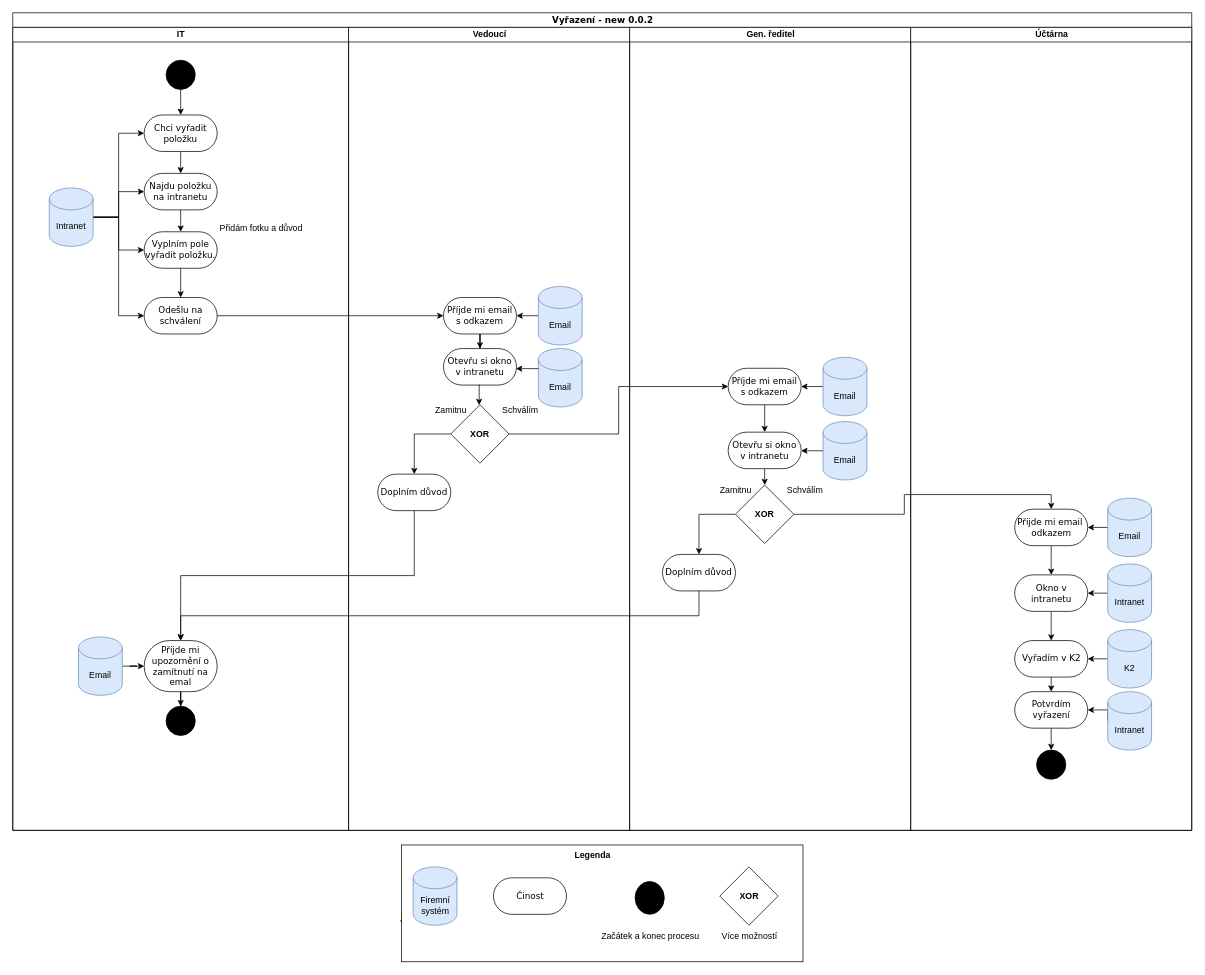
The draw.io diagram page "Vyřazení - new 0.0.2" (2 of 14) of UML - Inventar.drawio in horeckyj/drawio, before the edit. Source tidied: cells renumbered, new cells numbered last; positions are measured from the earlier drawing's top-left corner, leaving out a move shared by most shapes. Both pictures are drawn from the tidied source at 73%, with x=0, y=0 at pixel (12, 12).
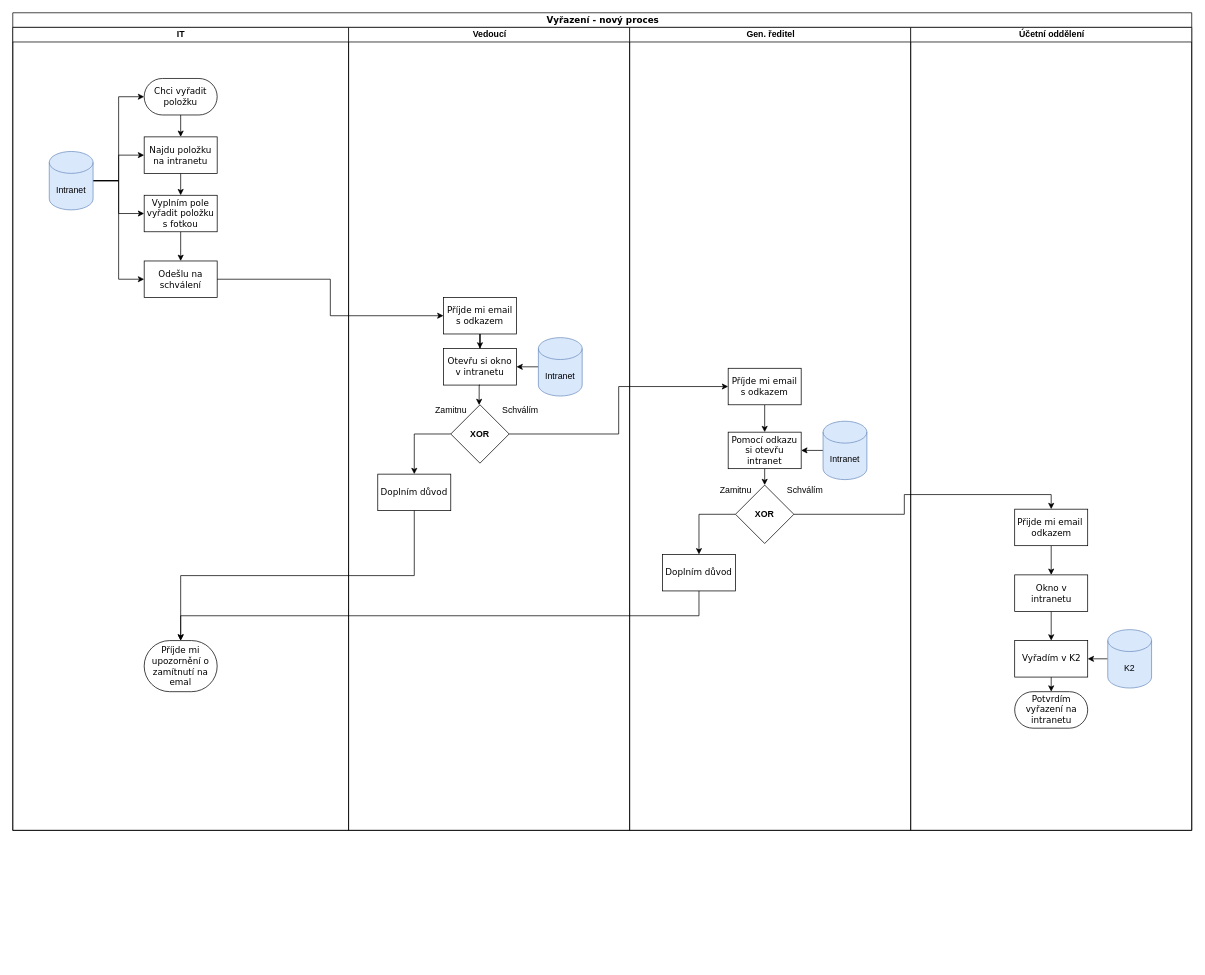
The same diagram, later.

The change refers to these unchanged cells:
```xml
<mxCell id="3" value="IT" style="swimlane;html=1;startSize=20;" parent="2" vertex="1">
  <mxGeometry y="20" width="460" height="1100" as="geometry" />
</mxCell>
<mxCell id="15" value="Příjde mi upozornění o zamítnutí na emal" style="rounded=1;whiteSpace=wrap;html=1;shadow=0;comic=0;labelBackgroundColor=none;strokeWidth=1;fontFamily=Verdana;fontSize=12;align=center;arcSize=50;" parent="3" vertex="1">
  <mxGeometry x="180" y="840" width="100" height="70" as="geometry" />
</mxCell>
<mxCell id="24" value="Vedoucí" style="swimlane;html=1;startSize=20;" parent="2" vertex="1">
  <mxGeometry x="460" y="20" width="385" height="1100" as="geometry" />
</mxCell>
<mxCell id="39" value="Gen. ředitel" style="swimlane;html=1;startSize=20;" parent="2" vertex="1">
  <mxGeometry x="845" y="20" width="385" height="1100" as="geometry" />
</mxCell>
```

The edit, as a diff of the source:
```diff
@@
-    <mxCell id="2" value="Vyřazení - new 0.0.2" style="swimlane;html=1;startSize=20;rounded=0;shadow=0;comic=0;labelBackgroundColor=none;strokeWidth=1;fontFamily=Verdana;fontSize=12;align=center;" parent="1" vertex="1">
+    <mxCell id="2" value="Vyřazení - nový proces" style="swimlane;html=1;startSize=20;rounded=0;shadow=0;comic=0;labelBackgroundColor=none;strokeWidth=1;fontFamily=Verdana;fontSize=12;align=center;" parent="1" vertex="1">
       <mxGeometry width="1615" height="1120" as="geometry" />
     </mxCell>
@@
-    <mxCell id="4" style="edgeStyle=orthogonalEdgeStyle;rounded=0;jettySize=auto;html=1;exitX=0.5;exitY=1;exitDx=0;exitDy=0;entryX=0.5;entryY=0;entryDx=0;entryDy=0;" parent="3" edge="1" source="5" target="7">
-      <mxGeometry relative="1" as="geometry" />
-    </mxCell>
-    <mxCell id="5" style="ellipse;whiteSpace=wrap;html=1;rounded=0;shadow=0;comic=0;labelBackgroundColor=none;strokeWidth=1;fillColor=#000000;fontFamily=Verdana;fontSize=12;align=center;" parent="3" vertex="1">
-      <mxGeometry x="210" y="45" width="40" height="40" as="geometry" />
-    </mxCell>
@@
     <mxCell id="7" value="Chci vyřadit položku" style="rounded=1;whiteSpace=wrap;html=1;shadow=0;comic=0;labelBackgroundColor=none;strokeWidth=1;fontFamily=Verdana;fontSize=12;align=center;arcSize=50;" parent="3" vertex="1">
-      <mxGeometry x="180" y="120" width="100" height="50" as="geometry" />
+      <mxGeometry x="180" y="70" width="100" height="50" as="geometry" />
     </mxCell>
@@
-    <mxCell id="9" value="Najdu položku na intranetu" style="rounded=1;whiteSpace=wrap;html=1;shadow=0;comic=0;labelBackgroundColor=none;strokeWidth=1;fontFamily=Verdana;fontSize=12;align=center;arcSize=50;" parent="3" vertex="1">
-      <mxGeometry x="180" y="200" width="100" height="50" as="geometry" />
+    <mxCell id="9" value="Najdu položku na intranetu" style="rounded=0;whiteSpace=wrap;html=1;shadow=0;comic=0;labelBackgroundColor=none;strokeWidth=1;fontFamily=Verdana;fontSize=12;align=center;arcSize=50;" parent="3" vertex="1">
+      <mxGeometry x="180" y="150" width="100" height="50" as="geometry" />
     </mxCell>
@@
-    <mxCell id="11" value="Vyplním pole vyřadit položku." style="rounded=1;whiteSpace=wrap;html=1;shadow=0;comic=0;labelBackgroundColor=none;strokeWidth=1;fontFamily=Verdana;fontSize=12;align=center;arcSize=50;" parent="3" vertex="1">
-      <mxGeometry x="180" y="280" width="100" height="50" as="geometry" />
+    <mxCell id="11" value="Vyplním pole vyřadit položku s fotkou" style="rounded=0;whiteSpace=wrap;html=1;shadow=0;comic=0;labelBackgroundColor=none;strokeWidth=1;fontFamily=Verdana;fontSize=12;align=center;arcSize=50;" parent="3" vertex="1">
+      <mxGeometry x="180" y="230" width="100" height="50" as="geometry" />
     </mxCell>
-    <mxCell id="12" value="Přidám fotku a důvod" style="text;html=1;align=center;verticalAlign=middle;strokeColor=none;fillColor=none;" parent="3" vertex="1">
-      <mxGeometry x="270" y="260" width="140" height="30" as="geometry" />
-    </mxCell>
-    <mxCell id="13" value="Odešlu na schválení" style="rounded=1;whiteSpace=wrap;html=1;shadow=0;comic=0;labelBackgroundColor=none;strokeWidth=1;fontFamily=Verdana;fontSize=12;align=center;arcSize=50;" parent="3" vertex="1">
-      <mxGeometry x="180" y="370" width="100" height="50" as="geometry" />
+    <mxCell id="13" value="Odešlu na schválení" style="rounded=0;whiteSpace=wrap;html=1;shadow=0;comic=0;labelBackgroundColor=none;strokeWidth=1;fontFamily=Verdana;fontSize=12;align=center;arcSize=50;" parent="3" vertex="1">
+      <mxGeometry x="180" y="320" width="100" height="50" as="geometry" />
     </mxCell>
-    <mxCell id="14" style="edgeStyle=orthogonalEdgeStyle;rounded=0;jettySize=auto;html=1;exitX=0.5;exitY=1;exitDx=0;exitDy=0;" parent="3" edge="1" source="15" target="16">
-      <mxGeometry relative="1" as="geometry" />
-    </mxCell>
@@
-    <mxCell id="16" style="ellipse;whiteSpace=wrap;html=1;rounded=0;shadow=0;comic=0;labelBackgroundColor=none;strokeWidth=1;fillColor=#000000;fontFamily=Verdana;fontSize=12;align=center;" parent="3" vertex="1">
-      <mxGeometry x="210" y="930" width="40" height="40" as="geometry" />
-    </mxCell>
@@
     <mxCell id="21" value="Intranet" style="shape=cylinder3;whiteSpace=wrap;html=1;boundedLbl=1;backgroundOutline=1;size=15;fillColor=#dae8fc;strokeColor=#6c8ebf;" parent="3" vertex="1">
-      <mxGeometry x="50" y="220" width="60" height="80" as="geometry" />
+      <mxGeometry x="50" y="170" width="60" height="80" as="geometry" />
     </mxCell>
-    <mxCell id="22" style="edgeStyle=orthogonalEdgeStyle;rounded=0;jettySize=auto;html=1;exitX=1;exitY=0.5;exitDx=0;exitDy=0;exitPerimeter=0;" parent="3" edge="1" source="23" target="15">
-      <mxGeometry relative="1" as="geometry" />
-    </mxCell>
-    <mxCell id="23" value="Email" style="shape=cylinder3;whiteSpace=wrap;html=1;boundedLbl=1;backgroundOutline=1;size=15;fillColor=#dae8fc;strokeColor=#6c8ebf;" parent="3" vertex="1">
-      <mxGeometry x="90" y="835" width="60" height="80" as="geometry" />
-    </mxCell>
@@
-    <mxCell id="25" style="edgeStyle=orthogonalEdgeStyle;rounded=0;html=1;labelBackgroundColor=none;startArrow=none;startFill=0;startSize=5;endArrow=classicThin;endFill=1;endSize=5;jettySize=auto;orthogonalLoop=1;strokeWidth=1;fontFamily=Verdana;fontSize=12;" parent="24" edge="1">
-      <mxGeometry relative="1" as="geometry">
-        <mxPoint x="73.5" y="1210" as="sourcePoint" />
-        <mxPoint x="73.5" y="1230" as="targetPoint" />
-      </mxGeometry>
-    </mxCell>
@@
-    <mxCell id="27" value="Příjde mi email s odkazem" style="rounded=1;whiteSpace=wrap;html=1;shadow=0;comic=0;labelBackgroundColor=none;strokeWidth=1;fontFamily=Verdana;fontSize=12;align=center;arcSize=50;" parent="24" vertex="1">
+    <mxCell id="27" value="Příjde mi email s odkazem" style="rounded=0;whiteSpace=wrap;html=1;shadow=0;comic=0;labelBackgroundColor=none;strokeWidth=1;fontFamily=Verdana;fontSize=12;align=center;arcSize=50;" parent="24" vertex="1">
       <mxGeometry x="130" y="370" width="100" height="50" as="geometry" />
     </mxCell>
-    <mxCell id="28" style="edgeStyle=orthogonalEdgeStyle;rounded=0;jettySize=auto;html=1;exitX=0;exitY=0.5;exitDx=0;exitDy=0;exitPerimeter=0;entryX=1;entryY=0.5;entryDx=0;entryDy=0;" parent="24" edge="1" source="29" target="27">
-      <mxGeometry relative="1" as="geometry" />
-    </mxCell>
-    <mxCell id="29" value="Email" style="shape=cylinder3;whiteSpace=wrap;html=1;boundedLbl=1;backgroundOutline=1;size=15;fillColor=#dae8fc;strokeColor=#6c8ebf;" parent="24" vertex="1">
-      <mxGeometry x="260" y="355" width="60" height="80" as="geometry" />
-    </mxCell>
@@
-    <mxCell id="32" value="Doplním důvod" style="rounded=1;whiteSpace=wrap;html=1;shadow=0;comic=0;labelBackgroundColor=none;strokeWidth=1;fontFamily=Verdana;fontSize=12;align=center;arcSize=50;" parent="24" vertex="1">
+    <mxCell id="32" value="Doplním důvod" style="rounded=0;whiteSpace=wrap;html=1;shadow=0;comic=0;labelBackgroundColor=none;strokeWidth=1;fontFamily=Verdana;fontSize=12;align=center;arcSize=50;" parent="24" vertex="1">
       <mxGeometry x="40" y="612" width="100" height="50" as="geometry" />
     </mxCell>
@@
-    <mxCell id="35" value="Otevřu si okno v intranetu" style="rounded=1;whiteSpace=wrap;html=1;shadow=0;comic=0;labelBackgroundColor=none;strokeWidth=1;fontFamily=Verdana;fontSize=12;align=center;arcSize=50;" parent="24" vertex="1">
+    <mxCell id="35" value="Otevřu si okno v intranetu" style="rounded=0;whiteSpace=wrap;html=1;shadow=0;comic=0;labelBackgroundColor=none;strokeWidth=1;fontFamily=Verdana;fontSize=12;align=center;arcSize=50;" parent="24" vertex="1">
       <mxGeometry x="130" y="440" width="100" height="50" as="geometry" />
     </mxCell>
@@
-    <mxCell id="37" value="Email" style="shape=cylinder3;whiteSpace=wrap;html=1;boundedLbl=1;backgroundOutline=1;size=15;fillColor=#dae8fc;strokeColor=#6c8ebf;" parent="24" vertex="1">
-      <mxGeometry x="260" y="440" width="60" height="80" as="geometry" />
-    </mxCell>
-    <mxCell id="38" style="edgeStyle=orthogonalEdgeStyle;rounded=0;jettySize=auto;html=1;exitX=0;exitY=0;exitDx=0;exitDy=27.5;exitPerimeter=0;entryX=0.994;entryY=0.56;entryDx=0;entryDy=0;entryPerimeter=0;" parent="24" edge="1" source="37" target="35">
-      <mxGeometry relative="1" as="geometry" />
-    </mxCell>
+    <mxCell id="84" style="edgeStyle=orthogonalEdgeStyle;rounded=0;jettySize=auto;html=1;exitX=0;exitY=0.5;exitDx=0;exitDy=0;exitPerimeter=0;entryX=1;entryY=0.5;entryDx=0;entryDy=0;" parent="24" edge="1" source="85" target="35">
+      <mxGeometry relative="1" as="geometry" />
+    </mxCell>
+    <mxCell id="85" value="Intranet" style="shape=cylinder3;whiteSpace=wrap;html=1;boundedLbl=1;backgroundOutline=1;size=15;fillColor=#dae8fc;strokeColor=#6c8ebf;" parent="24" vertex="1">
+      <mxGeometry x="260" y="425" width="60" height="80" as="geometry" />
+    </mxCell>
@@
-    <mxCell id="41" value="Příjde mi email s odkazem" style="rounded=1;whiteSpace=wrap;html=1;shadow=0;comic=0;labelBackgroundColor=none;strokeWidth=1;fontFamily=Verdana;fontSize=12;align=center;arcSize=50;" parent="39" vertex="1">
+    <mxCell id="41" value="Příjde mi email s odkazem" style="rounded=0;whiteSpace=wrap;html=1;shadow=0;comic=0;labelBackgroundColor=none;strokeWidth=1;fontFamily=Verdana;fontSize=12;align=center;arcSize=50;" parent="39" vertex="1">
       <mxGeometry x="135" y="467" width="100" height="50" as="geometry" />
     </mxCell>
@@
-    <mxCell id="44" value="Doplním důvod" style="rounded=1;whiteSpace=wrap;html=1;shadow=0;comic=0;labelBackgroundColor=none;strokeWidth=1;fontFamily=Verdana;fontSize=12;align=center;arcSize=50;" parent="39" vertex="1">
+    <mxCell id="44" value="Doplním důvod" style="rounded=0;whiteSpace=wrap;html=1;shadow=0;comic=0;labelBackgroundColor=none;strokeWidth=1;fontFamily=Verdana;fontSize=12;align=center;arcSize=50;" parent="39" vertex="1">
       <mxGeometry x="45" y="722" width="100" height="50" as="geometry" />
     </mxCell>
@@
-    <mxCell id="47" style="edgeStyle=orthogonalEdgeStyle;rounded=0;jettySize=auto;html=1;exitX=0;exitY=0.5;exitDx=0;exitDy=0;exitPerimeter=0;entryX=1;entryY=0.5;entryDx=0;entryDy=0;" parent="39" edge="1" target="41">
-      <mxGeometry relative="1" as="geometry">
-        <mxPoint x="265" y="492" as="sourcePoint" />
-      </mxGeometry>
-    </mxCell>
-    <mxCell id="48" value="Email" style="shape=cylinder3;whiteSpace=wrap;html=1;boundedLbl=1;backgroundOutline=1;size=15;fillColor=#dae8fc;strokeColor=#6c8ebf;" parent="39" vertex="1">
-      <mxGeometry x="265" y="452" width="60" height="80" as="geometry" />
-    </mxCell>
@@
-    <mxCell id="50" value="Otevřu si okno v intranetu" style="rounded=1;whiteSpace=wrap;html=1;shadow=0;comic=0;labelBackgroundColor=none;strokeWidth=1;fontFamily=Verdana;fontSize=12;align=center;arcSize=50;" parent="39" vertex="1">
+    <mxCell id="50" value="Pomocí odkazu si otevřu intranet" style="rounded=0;whiteSpace=wrap;html=1;shadow=0;comic=0;labelBackgroundColor=none;strokeWidth=1;fontFamily=Verdana;fontSize=12;align=center;arcSize=50;" parent="39" vertex="1">
       <mxGeometry x="135" y="554.5" width="100" height="50" as="geometry" />
     </mxCell>
-    <mxCell id="51" style="edgeStyle=orthogonalEdgeStyle;rounded=0;jettySize=auto;html=1;exitX=0;exitY=0.5;exitDx=0;exitDy=0;exitPerimeter=0;entryX=1;entryY=0.5;entryDx=0;entryDy=0;" parent="39" edge="1" source="52" target="50">
-      <mxGeometry relative="1" as="geometry" />
-    </mxCell>
-    <mxCell id="52" value="Email" style="shape=cylinder3;whiteSpace=wrap;html=1;boundedLbl=1;backgroundOutline=1;size=15;fillColor=#dae8fc;strokeColor=#6c8ebf;" parent="39" vertex="1">
-      <mxGeometry x="265" y="540" width="60" height="80" as="geometry" />
-    </mxCell>
+    <mxCell id="86" style="edgeStyle=orthogonalEdgeStyle;rounded=0;jettySize=auto;html=1;exitX=0;exitY=0.5;exitDx=0;exitDy=0;exitPerimeter=0;entryX=1;entryY=0.5;entryDx=0;entryDy=0;" parent="39" edge="1" source="87" target="50">
+      <mxGeometry relative="1" as="geometry" />
+    </mxCell>
+    <mxCell id="87" value="Intranet" style="shape=cylinder3;whiteSpace=wrap;html=1;boundedLbl=1;backgroundOutline=1;size=15;fillColor=#dae8fc;strokeColor=#6c8ebf;" parent="39" vertex="1">
+      <mxGeometry x="265" y="539.5" width="60" height="80" as="geometry" />
+    </mxCell>
@@
-    <mxCell id="58" value="Účtárna" style="swimlane;html=1;startSize=20;" parent="2" vertex="1">
+    <mxCell id="58" value="Účetní oddělení" style="swimlane;html=1;startSize=20;" parent="2" vertex="1">
       <mxGeometry x="1230" y="20" width="385" height="1100" as="geometry" />
     </mxCell>
@@
-    <mxCell id="60" value="Přijde mi email&amp;nbsp; odkazem" style="rounded=1;whiteSpace=wrap;html=1;shadow=0;comic=0;labelBackgroundColor=none;strokeWidth=1;fontFamily=Verdana;fontSize=12;align=center;arcSize=50;" parent="58" vertex="1">
+    <mxCell id="60" value="Přijde mi email&amp;nbsp; odkazem" style="rounded=0;whiteSpace=wrap;html=1;shadow=0;comic=0;labelBackgroundColor=none;strokeWidth=1;fontFamily=Verdana;fontSize=12;align=center;arcSize=50;" parent="58" vertex="1">
       <mxGeometry x="142.5" y="660" width="100" height="50" as="geometry" />
     </mxCell>
@@
-    <mxCell id="62" value="Vyřadím v K2" style="rounded=1;whiteSpace=wrap;html=1;shadow=0;comic=0;labelBackgroundColor=none;strokeWidth=1;fontFamily=Verdana;fontSize=12;align=center;arcSize=50;" parent="58" vertex="1">
+    <mxCell id="62" value="Vyřadím v K2" style="rounded=0;whiteSpace=wrap;html=1;shadow=0;comic=0;labelBackgroundColor=none;strokeWidth=1;fontFamily=Verdana;fontSize=12;align=center;arcSize=50;" parent="58" vertex="1">
       <mxGeometry x="142.5" y="840" width="100" height="50" as="geometry" />
     </mxCell>
-    <mxCell id="63" style="edgeStyle=orthogonalEdgeStyle;rounded=0;jettySize=auto;html=1;exitX=0.5;exitY=1;exitDx=0;exitDy=0;entryX=0.5;entryY=0;entryDx=0;entryDy=0;" parent="58" edge="1" source="64" target="65">
-      <mxGeometry relative="1" as="geometry" />
-    </mxCell>
-    <mxCell id="64" value="Potvrdím vyřazení" style="rounded=1;whiteSpace=wrap;html=1;shadow=0;comic=0;labelBackgroundColor=none;strokeWidth=1;fontFamily=Verdana;fontSize=12;align=center;arcSize=50;" parent="58" vertex="1">
+    <mxCell id="64" value="Potvrdím vyřazení na intranetu" style="rounded=1;whiteSpace=wrap;html=1;shadow=0;comic=0;labelBackgroundColor=none;strokeWidth=1;fontFamily=Verdana;fontSize=12;align=center;arcSize=50;" parent="58" vertex="1">
       <mxGeometry x="142.5" y="910" width="100" height="50" as="geometry" />
     </mxCell>
-    <mxCell id="65" style="ellipse;whiteSpace=wrap;html=1;rounded=0;shadow=0;comic=0;labelBackgroundColor=none;strokeWidth=1;fillColor=#000000;fontFamily=Verdana;fontSize=12;align=center;" parent="58" vertex="1">
-      <mxGeometry x="172.5" y="990" width="40" height="40" as="geometry" />
-    </mxCell>
@@
-    <mxCell id="68" style="edgeStyle=orthogonalEdgeStyle;rounded=0;jettySize=auto;html=1;exitX=0;exitY=0.5;exitDx=0;exitDy=0;exitPerimeter=0;entryX=1;entryY=0.5;entryDx=0;entryDy=0;" parent="58" edge="1" source="69" target="64">
-      <mxGeometry relative="1" as="geometry">
-        <Array as="points">
-          <mxPoint x="270" y="935" />
-        </Array>
-      </mxGeometry>
-    </mxCell>
-    <mxCell id="69" value="Intranet" style="shape=cylinder3;whiteSpace=wrap;html=1;boundedLbl=1;backgroundOutline=1;size=15;fillColor=#dae8fc;strokeColor=#6c8ebf;" parent="58" vertex="1">
-      <mxGeometry x="270" y="910" width="60" height="80" as="geometry" />
-    </mxCell>
@@
-    <mxCell id="71" value="Okno v intranetu" style="rounded=1;whiteSpace=wrap;html=1;shadow=0;comic=0;labelBackgroundColor=none;strokeWidth=1;fontFamily=Verdana;fontSize=12;align=center;arcSize=50;" parent="58" vertex="1">
+    <mxCell id="71" value="Okno v intranetu" style="rounded=0;whiteSpace=wrap;html=1;shadow=0;comic=0;labelBackgroundColor=none;strokeWidth=1;fontFamily=Verdana;fontSize=12;align=center;arcSize=50;" parent="58" vertex="1">
       <mxGeometry x="142.5" y="750" width="100" height="50" as="geometry" />
     </mxCell>
-    <mxCell id="72" style="edgeStyle=orthogonalEdgeStyle;rounded=0;jettySize=auto;html=1;exitX=0;exitY=0.5;exitDx=0;exitDy=0;exitPerimeter=0;entryX=1;entryY=0.5;entryDx=0;entryDy=0;" parent="58" edge="1" source="73" target="71">
-      <mxGeometry relative="1" as="geometry" />
-    </mxCell>
-    <mxCell id="73" value="Intranet" style="shape=cylinder3;whiteSpace=wrap;html=1;boundedLbl=1;backgroundOutline=1;size=15;fillColor=#dae8fc;strokeColor=#6c8ebf;" parent="58" vertex="1">
-      <mxGeometry x="270" y="735" width="60" height="80" as="geometry" />
-    </mxCell>
-    <mxCell id="74" style="edgeStyle=orthogonalEdgeStyle;rounded=0;jettySize=auto;html=1;exitX=0;exitY=0.5;exitDx=0;exitDy=0;exitPerimeter=0;entryX=1;entryY=0.5;entryDx=0;entryDy=0;" parent="58" edge="1" source="75" target="60">
-      <mxGeometry relative="1" as="geometry" />
-    </mxCell>
-    <mxCell id="75" value="Email" style="shape=cylinder3;whiteSpace=wrap;html=1;boundedLbl=1;backgroundOutline=1;size=15;fillColor=#dae8fc;strokeColor=#6c8ebf;" parent="58" vertex="1">
-      <mxGeometry x="270" y="645" width="60" height="80" as="geometry" />
-    </mxCell>
-    <mxCell id="76" style="rounded=0;whiteSpace=wrap;html=1;" parent="1" vertex="1">
-      <mxGeometry x="532.5" y="1140" width="550" height="160" as="geometry" />
-    </mxCell>
-    <mxCell id="77" value="Firemní systém" style="shape=cylinder3;whiteSpace=wrap;html=1;boundedLbl=1;backgroundOutline=1;size=15;fillColor=#dae8fc;strokeColor=#6c8ebf;" parent="1" vertex="1">
-      <mxGeometry x="548.5" y="1170" width="60" height="80" as="geometry" />
-    </mxCell>
-    <mxCell id="78" value="Činost" style="rounded=1;whiteSpace=wrap;html=1;shadow=0;comic=0;labelBackgroundColor=none;strokeWidth=1;fontFamily=Verdana;fontSize=12;align=center;arcSize=50;" parent="1" vertex="1">
-      <mxGeometry x="658.5" y="1185" width="100" height="50" as="geometry" />
-    </mxCell>
-    <mxCell id="79" style="ellipse;whiteSpace=wrap;html=1;rounded=0;shadow=0;comic=0;labelBackgroundColor=none;strokeWidth=1;fillColor=#000000;fontFamily=Verdana;fontSize=12;align=center;" parent="1" vertex="1">
-      <mxGeometry x="852.5" y="1190" width="40" height="45" as="geometry" />
-    </mxCell>
-    <mxCell id="80" value="Začátek a konec procesu" style="text;html=1;align=center;verticalAlign=middle;strokeColor=none;fillColor=none;" parent="1" vertex="1">
-      <mxGeometry x="792.5" y="1250" width="160" height="30" as="geometry" />
-    </mxCell>
-    <mxCell id="81" value="&lt;b&gt;XOR&lt;/b&gt;" style="rhombus;whiteSpace=wrap;html=1;" parent="1" vertex="1">
-      <mxGeometry x="968.5" y="1170" width="80" height="80" as="geometry" />
-    </mxCell>
-    <mxCell id="82" value="Více možností" style="text;html=1;align=center;verticalAlign=middle;strokeColor=none;fillColor=none;" parent="1" vertex="1">
-      <mxGeometry x="958.5" y="1250" width="100" height="30" as="geometry" />
-    </mxCell>
-    <mxCell id="83" value="Legenda" style="text;html=1;align=center;verticalAlign=middle;strokeColor=none;fillColor=none;fontStyle=1;" parent="1" vertex="1">
-      <mxGeometry x="758.5" y="1140" width="70" height="30" as="geometry" />
-    </mxCell>
```
